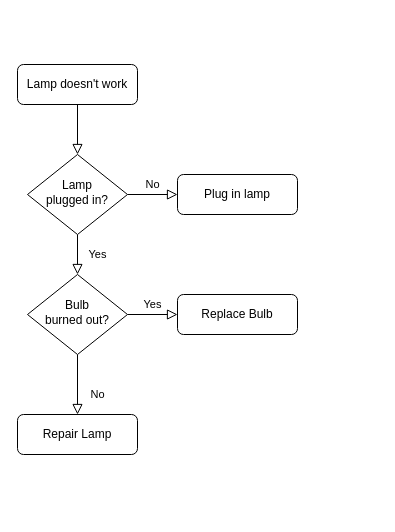
Before: Kemai/会员类别同步.drawio in noobwu/diagrams, a draw.io diagram. Source tidied: cells renumbered, new cells numbered last; positions are measured from the earlier drawing's top-left corner, leaving out a move shared by most shapes. Both pictures are drawn from the tidied source at 100%, with x=0, y=0 at pixel (17, 64).
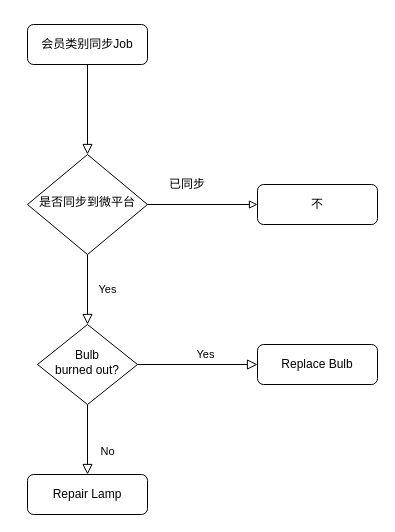
After the change.

Commit message:
Update 会员类别同步.drawio

Change to the diagram source:
```diff
@@
 <mxGraphModel>
   <root>
     <mxCell id="0" />
     <mxCell id="1" parent="0" />
     <mxCell id="2" style="rounded=0;html=1;jettySize=auto;fontSize=11;endArrow=block;endFill=0;endSize=8;strokeWidth=1;shadow=0;labelBackgroundColor=none;edgeStyle=orthogonalEdgeStyle;" parent="1" edge="1" source="3" target="6">
       <mxGeometry relative="1" as="geometry" />
     </mxCell>
+    <mxCell id="13" style="edgeStyle=orthogonalEdgeStyle;rounded=0;sketch=0;jettySize=auto;html=1;exitX=0.5;exitY=0;exitDx=0;exitDy=0;shadow=0;fontColor=#000000;endArrow=block;endFill=0;" parent="1" edge="1" source="3">
+      <mxGeometry relative="1" as="geometry">
+        <mxPoint x="70" y="-10" as="targetPoint" />
+      </mxGeometry>
+    </mxCell>
-    <mxCell id="3" value="Lamp doesn't work" style="rounded=1;whiteSpace=wrap;html=1;fontSize=12;glass=0;strokeWidth=1;shadow=0;" parent="1" vertex="1">
-      <mxGeometry width="120" height="40" as="geometry" />
+    <mxCell id="3" value="会员类别同步Job" style="rounded=1;whiteSpace=wrap;html=1;fontSize=12;glass=0;strokeWidth=1;shadow=0;" parent="1" vertex="1">
+      <mxGeometry x="10" y="-40" width="120" height="40" as="geometry" />
     </mxCell>
-    <mxCell id="4" value="Yes" style="rounded=0;html=1;jettySize=auto;fontSize=11;endArrow=block;endFill=0;endSize=8;strokeWidth=1;shadow=0;labelBackgroundColor=none;edgeStyle=orthogonalEdgeStyle;" parent="1" edge="1" source="6" target="10">
+    <mxCell id="4" value="Yes" style="rounded=0;jettySize=auto;fontSize=11;endArrow=block;endFill=0;endSize=8;strokeWidth=1;shadow=0;labelBackgroundColor=none;edgeStyle=orthogonalEdgeStyle;html=1;" parent="1" edge="1" source="6" target="10">
       <mxGeometry y="20" relative="1" as="geometry" />
     </mxCell>
-    <mxCell id="5" value="No" style="edgeStyle=orthogonalEdgeStyle;rounded=0;html=1;jettySize=auto;fontSize=11;endArrow=block;endFill=0;endSize=8;strokeWidth=1;shadow=0;labelBackgroundColor=none;" parent="1" edge="1" source="6" target="7">
-      <mxGeometry y="10" relative="1" as="geometry" />
-    </mxCell>
-    <mxCell id="6" value="Lamp&lt;br&gt;plugged in?" style="rhombus;whiteSpace=wrap;html=1;shadow=0;fontFamily=Helvetica;fontSize=12;align=center;strokeWidth=1;spacing=6;spacingTop=-4;" parent="1" vertex="1">
-      <mxGeometry x="10" y="90" width="100" height="80" as="geometry" />
+    <mxCell id="6" value="是否同步到微平台" style="rhombus;whiteSpace=wrap;html=1;shadow=0;fontFamily=Helvetica;fontSize=12;align=center;strokeWidth=1;spacing=6;spacingTop=-4;" parent="1" vertex="1">
+      <mxGeometry x="10" y="90" width="120" height="100" as="geometry" />
     </mxCell>
-    <mxCell id="7" value="Plug in lamp" style="rounded=1;whiteSpace=wrap;html=1;fontSize=12;glass=0;strokeWidth=1;shadow=0;" parent="1" vertex="1">
-      <mxGeometry x="160" y="110" width="120" height="40" as="geometry" />
+    <mxCell id="7" value="不" style="rounded=1;whiteSpace=wrap;html=1;fontSize=12;glass=0;strokeWidth=1;shadow=0;" parent="1" vertex="1">
+      <mxGeometry x="240" y="120" width="120" height="40" as="geometry" />
     </mxCell>
     <mxCell id="8" value="No" style="rounded=0;html=1;jettySize=auto;fontSize=11;endArrow=block;endFill=0;endSize=8;strokeWidth=1;shadow=0;labelBackgroundColor=none;edgeStyle=orthogonalEdgeStyle;" parent="1" edge="1" source="10" target="11">
       <mxGeometry x="0.33" y="20" relative="1" as="geometry" />
     </mxCell>
     <mxCell id="9" value="Yes" style="edgeStyle=orthogonalEdgeStyle;rounded=0;html=1;jettySize=auto;fontSize=11;endArrow=block;endFill=0;endSize=8;strokeWidth=1;shadow=0;labelBackgroundColor=none;" parent="1" edge="1" source="10" target="12">
-      <mxGeometry y="10" relative="1" as="geometry" />
+      <mxGeometry x="0.14" y="10" relative="1" as="geometry" />
     </mxCell>
     <mxCell id="10" value="Bulb&lt;br&gt;burned out?" style="rhombus;whiteSpace=wrap;html=1;shadow=0;fontFamily=Helvetica;fontSize=12;align=center;strokeWidth=1;spacing=6;spacingTop=-4;" parent="1" vertex="1">
-      <mxGeometry x="10" y="210" width="100" height="80" as="geometry" />
+      <mxGeometry x="20" y="260" width="100" height="80" as="geometry" />
     </mxCell>
     <mxCell id="11" value="Repair Lamp" style="rounded=1;whiteSpace=wrap;html=1;fontSize=12;glass=0;strokeWidth=1;shadow=0;" parent="1" vertex="1">
-      <mxGeometry y="350" width="120" height="40" as="geometry" />
+      <mxGeometry x="10" y="410" width="120" height="40" as="geometry" />
     </mxCell>
     <mxCell id="12" value="Replace Bulb" style="rounded=1;whiteSpace=wrap;html=1;fontSize=12;glass=0;strokeWidth=1;shadow=0;" parent="1" vertex="1">
-      <mxGeometry x="160" y="230" width="120" height="40" as="geometry" />
+      <mxGeometry x="240" y="280" width="120" height="40" as="geometry" />
     </mxCell>
+    <mxCell id="5" style="endArrow=block;html=1;shadow=0;fontColor=#000000;exitX=1;exitY=0.5;exitDx=0;exitDy=0;entryX=0;entryY=0.5;entryDx=0;entryDy=0;endFill=0;" parent="1" edge="1" source="6" target="7">
+      <mxGeometry relative="1" as="geometry" />
+    </mxCell>
+    <mxCell id="14" value="已同步" style="text;html=1;strokeColor=none;fillColor=none;align=center;verticalAlign=middle;whiteSpace=wrap;rounded=0;fontColor=#000000;" parent="1" vertex="1">
+      <mxGeometry x="150" y="110" width="40" height="20" as="geometry" />
+    </mxCell>
   </root>
 </mxGraphModel>
```
